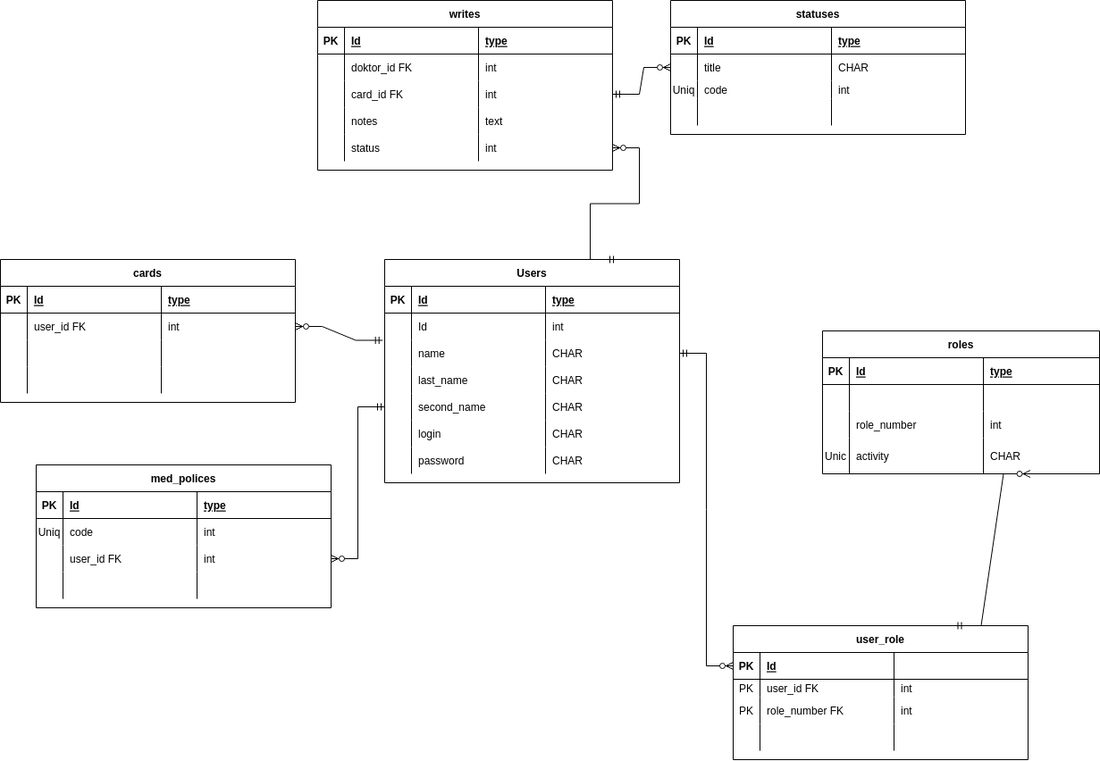
4etkiy/medical_management_system keeps this draw.io diagram as проектирование бд.drawio.png. Above is the earlier version. Source tidied: cells renumbered, new cells last; positions are measured from the earlier drawing's top-left corner, leaving out a move shared by most shapes.
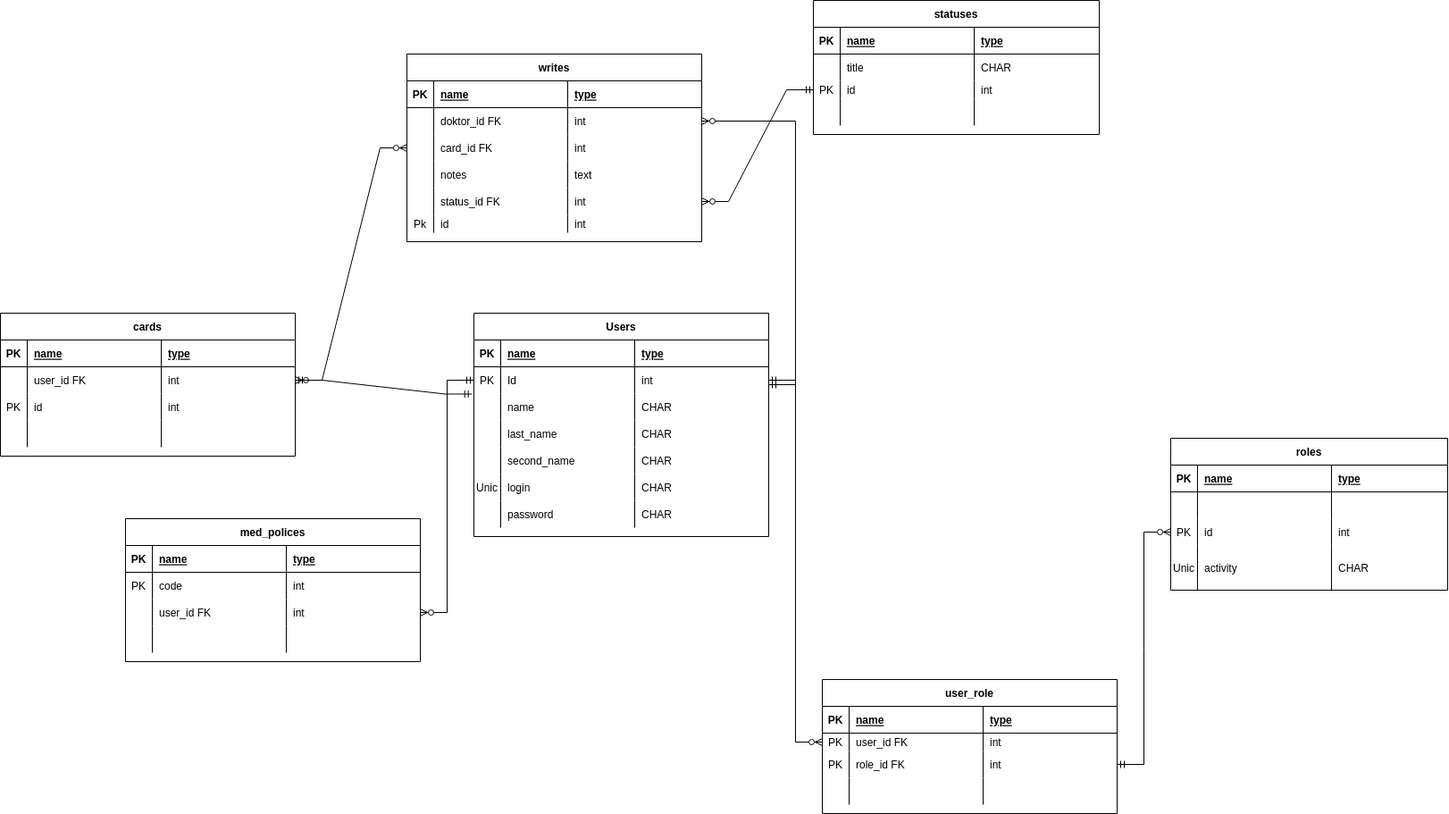
The same file after the commit.

Commit message:
add data base diagramm

Diff of the diagram source:
```diff
@@ -13,3 +13,3 @@
     </mxCell>
-    <mxCell id="5" value="Id" style="shape=partialRectangle;fillColor=none;top=0;left=0;bottom=0;right=0;align=left;spacingLeft=6;fontStyle=5;overflow=hidden;startSize=30;strokeWidth=1;" parent="3" vertex="1">
+    <mxCell id="5" value="name" style="shape=partialRectangle;fillColor=none;top=0;left=0;bottom=0;right=0;align=left;spacingLeft=6;fontStyle=5;overflow=hidden;startSize=30;strokeWidth=1;" parent="3" vertex="1">
       <mxGeometry x="30" width="150" height="30" as="geometry" />
@@ -22,3 +22,3 @@
     </mxCell>
-    <mxCell id="8" style="shape=partialRectangle;fillColor=none;top=0;left=0;bottom=0;right=0;overflow=hidden;startSize=30;strokeWidth=1;" parent="7" vertex="1">
+    <mxCell id="8" value="PK" style="shape=partialRectangle;fillColor=none;top=0;left=0;bottom=0;right=0;overflow=hidden;startSize=30;strokeWidth=1;" parent="7" vertex="1">
       <mxGeometry width="30" height="30" as="geometry" />
@@ -70,3 +70,3 @@
     </mxCell>
-    <mxCell id="24" style="shape=partialRectangle;fillColor=none;top=0;left=0;bottom=0;right=0;overflow=hidden;startSize=30;strokeWidth=1;" parent="23" vertex="1">
+    <mxCell id="24" value="Unic" style="shape=partialRectangle;fillColor=none;top=0;left=0;bottom=0;right=0;overflow=hidden;startSize=30;strokeWidth=1;" parent="23" vertex="1">
       <mxGeometry width="30" height="30" as="geometry" />
@@ -92,3 +92,3 @@
     <mxCell id="31" value="roles" style="shape=table;startSize=30;rowLines=0;fontStyle=1;align=center;strokeWidth=1;" parent="1" vertex="1">
-      <mxGeometry x="920" y="370" width="310" height="160" as="geometry" />
+      <mxGeometry x="1210" y="430" width="310" height="170" as="geometry" />
     </mxCell>
@@ -100,3 +100,3 @@
     </mxCell>
-    <mxCell id="34" value="Id" style="shape=partialRectangle;fillColor=none;top=0;left=0;bottom=0;right=0;align=left;spacingLeft=6;fontStyle=5;overflow=hidden;startSize=30;strokeWidth=1;" parent="32" vertex="1">
+    <mxCell id="34" value="name" style="shape=partialRectangle;fillColor=none;top=0;left=0;bottom=0;right=0;align=left;spacingLeft=6;fontStyle=5;overflow=hidden;startSize=30;strokeWidth=1;" parent="32" vertex="1">
       <mxGeometry x="30" width="150" height="30" as="geometry" />
@@ -121,6 +121,6 @@
     </mxCell>
-    <mxCell id="41" style="shape=partialRectangle;fillColor=none;top=0;left=0;bottom=0;right=0;overflow=hidden;startSize=30;strokeWidth=1;" parent="40" vertex="1">
+    <mxCell id="41" value="PK" style="shape=partialRectangle;fillColor=none;top=0;left=0;bottom=0;right=0;overflow=hidden;startSize=30;strokeWidth=1;" parent="40" vertex="1">
       <mxGeometry width="30" height="30" as="geometry" />
     </mxCell>
-    <mxCell id="42" value="role_number" style="shape=partialRectangle;fillColor=none;top=0;left=0;bottom=0;right=0;align=left;spacingLeft=6;overflow=hidden;startSize=30;strokeWidth=1;" parent="40" vertex="1">
+    <mxCell id="42" value="id" style="shape=partialRectangle;fillColor=none;top=0;left=0;bottom=0;right=0;align=left;spacingLeft=6;overflow=hidden;startSize=30;strokeWidth=1;" parent="40" vertex="1">
       <mxGeometry x="30" width="150" height="30" as="geometry" />
@@ -131,15 +131,15 @@
     <mxCell id="44" style="shape=tableRow;horizontal=0;startSize=0;swimlaneHead=0;swimlaneBody=0;fillColor=none;top=0;left=0;right=0;bottom=0;strokeWidth=1;" parent="31" vertex="1">
-      <mxGeometry y="120" width="310" height="40" as="geometry" />
+      <mxGeometry y="120" width="310" height="50" as="geometry" />
     </mxCell>
     <mxCell id="45" value="Unic" style="shape=partialRectangle;fillColor=none;top=0;left=0;bottom=0;right=0;overflow=hidden;startSize=30;strokeWidth=1;" parent="44" vertex="1">
-      <mxGeometry width="30" height="40" as="geometry" />
+      <mxGeometry width="30" height="50" as="geometry" />
     </mxCell>
     <mxCell id="46" value="activity" style="shape=partialRectangle;fillColor=none;top=0;left=0;bottom=0;right=0;align=left;spacingLeft=6;overflow=hidden;startSize=30;strokeWidth=1;" parent="44" vertex="1">
-      <mxGeometry x="30" width="150" height="40" as="geometry" />
+      <mxGeometry x="30" width="150" height="50" as="geometry" />
     </mxCell>
     <mxCell id="47" value="CHAR" style="shape=partialRectangle;fillColor=none;top=0;left=0;bottom=0;right=0;align=left;spacingLeft=6;overflow=hidden;startSize=30;strokeWidth=1;" parent="44" vertex="1">
-      <mxGeometry x="180" width="130" height="40" as="geometry" />
+      <mxGeometry x="180" width="130" height="50" as="geometry" />
     </mxCell>
     <mxCell id="48" value="cards" style="shape=table;startSize=30;rowLines=0;fontStyle=1;align=center;strokeWidth=1;" parent="1" vertex="1">
-      <mxGeometry y="290" width="330" height="160" as="geometry" />
+      <mxGeometry x="-100" y="290" width="330" height="160" as="geometry" />
     </mxCell>
@@ -151,3 +151,3 @@
     </mxCell>
-    <mxCell id="51" value="Id" style="shape=partialRectangle;fillColor=none;top=0;left=0;bottom=0;right=0;align=left;spacingLeft=6;fontStyle=5;overflow=hidden;startSize=30;strokeWidth=1;" parent="49" vertex="1">
+    <mxCell id="51" value="name" style="shape=partialRectangle;fillColor=none;top=0;left=0;bottom=0;right=0;align=left;spacingLeft=6;fontStyle=5;overflow=hidden;startSize=30;strokeWidth=1;" parent="49" vertex="1">
       <mxGeometry x="30" width="150" height="30" as="geometry" />
@@ -172,9 +172,9 @@
     </mxCell>
-    <mxCell id="58" style="shape=partialRectangle;fillColor=none;top=0;left=0;bottom=0;right=0;overflow=hidden;startSize=30;strokeWidth=1;" parent="57" vertex="1">
+    <mxCell id="58" value="PK" style="shape=partialRectangle;fillColor=none;top=0;left=0;bottom=0;right=0;overflow=hidden;startSize=30;strokeWidth=1;" parent="57" vertex="1">
       <mxGeometry width="30" height="30" as="geometry" />
     </mxCell>
-    <mxCell id="59" style="shape=partialRectangle;fillColor=none;top=0;left=0;bottom=0;right=0;align=left;spacingLeft=6;overflow=hidden;startSize=30;strokeWidth=1;" parent="57" vertex="1">
+    <mxCell id="59" value="id" style="shape=partialRectangle;fillColor=none;top=0;left=0;bottom=0;right=0;align=left;spacingLeft=6;overflow=hidden;startSize=30;strokeWidth=1;" parent="57" vertex="1">
       <mxGeometry x="30" width="150" height="30" as="geometry" />
     </mxCell>
-    <mxCell id="60" style="shape=partialRectangle;fillColor=none;top=0;left=0;bottom=0;right=0;align=left;spacingLeft=6;overflow=hidden;startSize=30;strokeWidth=1;" parent="57" vertex="1">
+    <mxCell id="60" value="int" style="shape=partialRectangle;fillColor=none;top=0;left=0;bottom=0;right=0;align=left;spacingLeft=6;overflow=hidden;startSize=30;strokeWidth=1;" parent="57" vertex="1">
       <mxGeometry x="180" width="150" height="30" as="geometry" />
@@ -202,6 +202,6 @@
     </mxCell>
-    <mxCell id="68" value="Id" style="shape=partialRectangle;fillColor=none;top=0;left=0;bottom=0;right=0;align=left;spacingLeft=6;fontStyle=5;overflow=hidden;" parent="66" vertex="1">
+    <mxCell id="68" value="name" style="shape=partialRectangle;fillColor=none;top=0;left=0;bottom=0;right=0;align=left;spacingLeft=6;fontStyle=5;overflow=hidden;" parent="66" vertex="1">
       <mxGeometry x="30" width="150" height="30" as="geometry" />
     </mxCell>
-    <mxCell id="69" style="shape=partialRectangle;fillColor=none;top=0;left=0;bottom=0;right=0;align=left;spacingLeft=6;fontStyle=5;overflow=hidden;" parent="66" vertex="1">
+    <mxCell id="69" value="type" style="shape=partialRectangle;fillColor=none;top=0;left=0;bottom=0;right=0;align=left;spacingLeft=6;fontStyle=5;overflow=hidden;" parent="66" vertex="1">
       <mxGeometry x="180" width="150" height="30" as="geometry" />
@@ -226,3 +226,3 @@
     </mxCell>
-    <mxCell id="76" value="role_number FK" style="shape=partialRectangle;fillColor=none;top=0;left=0;bottom=0;right=0;align=left;spacingLeft=6;overflow=hidden;" parent="74" vertex="1">
+    <mxCell id="76" value="role_id FK" style="shape=partialRectangle;fillColor=none;top=0;left=0;bottom=0;right=0;align=left;spacingLeft=6;overflow=hidden;" parent="74" vertex="1">
       <mxGeometry x="30" width="150" height="30" as="geometry" />
@@ -253,3 +253,3 @@
     </mxCell>
-    <mxCell id="85" value="Id" style="shape=partialRectangle;fillColor=none;top=0;left=0;bottom=0;right=0;align=left;spacingLeft=6;fontStyle=5;overflow=hidden;" parent="83" vertex="1">
+    <mxCell id="85" value="name" style="shape=partialRectangle;fillColor=none;top=0;left=0;bottom=0;right=0;align=left;spacingLeft=6;fontStyle=5;overflow=hidden;" parent="83" vertex="1">
       <mxGeometry x="30" width="150" height="30" as="geometry" />
@@ -262,3 +262,3 @@
     </mxCell>
-    <mxCell id="88" value="Uniq" style="shape=partialRectangle;fillColor=none;top=0;left=0;bottom=0;right=0;overflow=hidden;" parent="87" vertex="1">
+    <mxCell id="88" value="PK" style="shape=partialRectangle;fillColor=none;top=0;left=0;bottom=0;right=0;overflow=hidden;" parent="87" vertex="1">
       <mxGeometry width="30" height="30" as="geometry" />
@@ -296,3 +296,3 @@
     <mxCell id="99" value="writes" style="shape=table;startSize=30;rowLines=0;fontStyle=1;align=center;" parent="1" vertex="1">
-      <mxGeometry x="355" width="330" height="190" as="geometry" />
+      <mxGeometry x="355" width="330" height="210" as="geometry" />
     </mxCell>
@@ -304,3 +304,3 @@
     </mxCell>
-    <mxCell id="102" value="Id" style="shape=partialRectangle;fillColor=none;top=0;left=0;bottom=0;right=0;align=left;spacingLeft=6;fontStyle=5;overflow=hidden;" parent="100" vertex="1">
+    <mxCell id="102" value="name" style="shape=partialRectangle;fillColor=none;top=0;left=0;bottom=0;right=0;align=left;spacingLeft=6;fontStyle=5;overflow=hidden;" parent="100" vertex="1">
       <mxGeometry x="30" width="150" height="30" as="geometry" />
@@ -352,3 +352,3 @@
     </mxCell>
-    <mxCell id="118" value="status" style="shape=partialRectangle;fillColor=none;top=0;left=0;bottom=0;right=0;align=left;spacingLeft=6;overflow=hidden;" parent="116" vertex="1">
+    <mxCell id="118" value="status_id FK" style="shape=partialRectangle;fillColor=none;top=0;left=0;bottom=0;right=0;align=left;spacingLeft=6;overflow=hidden;" parent="116" vertex="1">
       <mxGeometry x="30" width="150" height="30" as="geometry" />
@@ -358,7 +358,19 @@
     </mxCell>
+    <mxCell id="143" style="shape=tableRow;horizontal=0;startSize=0;swimlaneHead=0;swimlaneBody=0;fillColor=none;top=0;left=0;right=0;bottom=0;" parent="99" vertex="1">
+      <mxGeometry y="180" width="330" height="20" as="geometry" />
+    </mxCell>
+    <mxCell id="144" value="Pk" style="shape=partialRectangle;fillColor=none;top=0;left=0;bottom=0;right=0;overflow=hidden;" parent="143" vertex="1">
+      <mxGeometry width="30" height="20" as="geometry" />
+    </mxCell>
+    <mxCell id="145" value="id" style="shape=partialRectangle;fillColor=none;top=0;left=0;bottom=0;right=0;align=left;spacingLeft=6;overflow=hidden;" parent="143" vertex="1">
+      <mxGeometry x="30" width="150" height="20" as="geometry" />
+    </mxCell>
+    <mxCell id="146" value="int" style="shape=partialRectangle;fillColor=none;top=0;left=0;bottom=0;right=0;align=left;spacingLeft=6;overflow=hidden;" parent="143" vertex="1">
+      <mxGeometry x="180" width="150" height="20" as="geometry" />
+    </mxCell>
     <mxCell id="120" value="statuses" style="shape=table;startSize=30;rowLines=0;fontStyle=1;align=center;" parent="1" vertex="1">
-      <mxGeometry x="750" width="330" height="150" as="geometry" />
+      <mxGeometry x="810" y="-60" width="320" height="150" as="geometry" />
     </mxCell>
     <mxCell id="121" style="shape=tableRow;horizontal=0;startSize=0;swimlaneHead=0;swimlaneBody=0;fillColor=none;top=0;left=0;right=0;bottom=1;" parent="120" vertex="1">
-      <mxGeometry y="30" width="330" height="30" as="geometry" />
+      <mxGeometry y="30" width="320" height="30" as="geometry" />
     </mxCell>
@@ -367,3 +379,3 @@
     </mxCell>
-    <mxCell id="123" value="Id" style="shape=partialRectangle;fillColor=none;top=0;left=0;bottom=0;right=0;align=left;spacingLeft=6;fontStyle=5;overflow=hidden;" parent="121" vertex="1">
+    <mxCell id="123" value="name" style="shape=partialRectangle;fillColor=none;top=0;left=0;bottom=0;right=0;align=left;spacingLeft=6;fontStyle=5;overflow=hidden;" parent="121" vertex="1">
       <mxGeometry x="30" width="150" height="30" as="geometry" />
@@ -371,6 +383,6 @@
     <mxCell id="124" value="type" style="shape=partialRectangle;fillColor=none;top=0;left=0;bottom=0;right=0;align=left;spacingLeft=6;fontStyle=5;overflow=hidden;" parent="121" vertex="1">
-      <mxGeometry x="180" width="150" height="30" as="geometry" />
+      <mxGeometry x="180" width="140" height="30" as="geometry" />
     </mxCell>
     <mxCell id="125" style="shape=tableRow;horizontal=0;startSize=0;swimlaneHead=0;swimlaneBody=0;fillColor=none;points=[[0,0.5],[1,0.5]];portConstraint=eastwest;top=0;left=0;right=0;bottom=0;" parent="120" vertex="1">
-      <mxGeometry y="60" width="330" height="30" as="geometry" />
+      <mxGeometry y="60" width="320" height="30" as="geometry" />
     </mxCell>
@@ -383,11 +395,11 @@
     <mxCell id="128" value="CHAR" style="shape=partialRectangle;fillColor=none;top=0;left=0;bottom=0;right=0;align=left;spacingLeft=6;overflow=hidden;" parent="125" vertex="1">
-      <mxGeometry x="180" width="150" height="30" as="geometry" />
+      <mxGeometry x="180" width="140" height="30" as="geometry" />
     </mxCell>
     <mxCell id="129" style="shape=tableRow;horizontal=0;startSize=0;swimlaneHead=0;swimlaneBody=0;fillColor=none;points=[[0,0.5],[1,0.5]];portConstraint=eastwest;top=0;left=0;right=0;bottom=0;" parent="120" vertex="1">
-      <mxGeometry y="90" width="330" height="20" as="geometry" />
+      <mxGeometry y="90" width="320" height="20" as="geometry" />
     </mxCell>
-    <mxCell id="130" value="Uniq" style="shape=partialRectangle;fillColor=none;top=0;left=0;bottom=0;right=0;overflow=hidden;" parent="129" vertex="1">
+    <mxCell id="130" value="PK" style="shape=partialRectangle;fillColor=none;top=0;left=0;bottom=0;right=0;overflow=hidden;" parent="129" vertex="1">
       <mxGeometry width="30" height="20" as="geometry" />
     </mxCell>
-    <mxCell id="131" value="code" style="shape=partialRectangle;fillColor=none;top=0;left=0;bottom=0;right=0;align=left;spacingLeft=6;overflow=hidden;" parent="129" vertex="1">
+    <mxCell id="131" value="id" style="shape=partialRectangle;fillColor=none;top=0;left=0;bottom=0;right=0;align=left;spacingLeft=6;overflow=hidden;" parent="129" vertex="1">
       <mxGeometry x="30" width="150" height="20" as="geometry" />
@@ -395,6 +407,6 @@
     <mxCell id="132" value="int" style="shape=partialRectangle;fillColor=none;top=0;left=0;bottom=0;right=0;align=left;spacingLeft=6;overflow=hidden;" parent="129" vertex="1">
-      <mxGeometry x="180" width="150" height="20" as="geometry" />
+      <mxGeometry x="180" width="140" height="20" as="geometry" />
     </mxCell>
     <mxCell id="133" style="shape=tableRow;horizontal=0;startSize=0;swimlaneHead=0;swimlaneBody=0;fillColor=none;top=0;left=0;right=0;bottom=0;" parent="120" vertex="1">
-      <mxGeometry y="110" width="330" height="30" as="geometry" />
+      <mxGeometry y="110" width="320" height="30" as="geometry" />
     </mxCell>
@@ -407,8 +419,10 @@
     <mxCell id="136" style="shape=partialRectangle;fillColor=none;top=0;left=0;bottom=0;right=0;align=left;spacingLeft=6;overflow=hidden;" parent="133" vertex="1">
-      <mxGeometry x="180" width="150" height="30" as="geometry" />
+      <mxGeometry x="180" width="140" height="30" as="geometry" />
     </mxCell>
-    <mxCell id="137" style="edgeStyle=entityRelationEdgeStyle;fontSize=12;html=1;endArrow=ERzeroToMany;startArrow=ERmandOne;rounded=0;exitX=0.788;exitY=0;exitDx=0;exitDy=0;exitPerimeter=0;" parent="1" edge="1" source="2" target="116">
-      <mxGeometry relative="1" as="geometry" />
+    <mxCell id="137" style="edgeStyle=entityRelationEdgeStyle;fontSize=12;html=1;endArrow=ERzeroToMany;startArrow=ERmandOne;rounded=0;entryX=1;entryY=0.5;entryDx=0;entryDy=0;" parent="1" edge="1" target="104">
+      <mxGeometry relative="1" as="geometry">
+        <mxPoint x="760" y="370" as="sourcePoint" />
+      </mxGeometry>
     </mxCell>
-    <mxCell id="138" style="edgeStyle=entityRelationEdgeStyle;fontSize=12;html=1;endArrow=ERzeroToMany;startArrow=ERmandOne;rounded=0;entryX=0;entryY=0.5;entryDx=0;entryDy=0;exitX=1;exitY=0.5;exitDx=0;exitDy=0;" parent="1" edge="1" source="11" target="66">
+    <mxCell id="138" style="edgeStyle=entityRelationEdgeStyle;fontSize=12;html=1;endArrow=ERzeroToMany;startArrow=ERmandOne;rounded=0;entryX=0;entryY=0.5;entryDx=0;entryDy=0;exitX=1;exitY=0.5;exitDx=0;exitDy=0;" parent="1" edge="1" source="7" target="70">
       <mxGeometry relative="1" as="geometry" />
@@ -418,9 +432,12 @@
     </mxCell>
-    <mxCell id="140" style="edgeStyle=entityRelationEdgeStyle;fontSize=12;html=1;endArrow=ERzeroToMany;startArrow=ERmandOne;rounded=0;exitX=0;exitY=0.5;exitDx=0;exitDy=0;entryX=1;entryY=0.5;entryDx=0;entryDy=0;" parent="1" edge="1" source="19" target="91">
+    <mxCell id="140" style="edgeStyle=entityRelationEdgeStyle;fontSize=12;html=1;endArrow=ERzeroToMany;startArrow=ERmandOne;rounded=0;exitX=0;exitY=0.5;exitDx=0;exitDy=0;entryX=1;entryY=0.5;entryDx=0;entryDy=0;" parent="1" edge="1" source="7" target="91">
       <mxGeometry relative="1" as="geometry" />
     </mxCell>
-    <mxCell id="141" style="edgeStyle=entityRelationEdgeStyle;fontSize=12;html=1;endArrow=ERzeroToMany;startArrow=ERmandOne;rounded=0;exitX=0.75;exitY=0;exitDx=0;exitDy=0;entryX=0.75;entryY=1;entryDx=0;entryDy=0;" parent="1" edge="1" source="65" target="31">
+    <mxCell id="141" style="edgeStyle=entityRelationEdgeStyle;fontSize=12;html=1;endArrow=ERzeroToMany;startArrow=ERmandOne;rounded=0;exitX=1;exitY=0.5;exitDx=0;exitDy=0;entryX=0;entryY=0.5;entryDx=0;entryDy=0;" parent="1" edge="1" source="74" target="40">
       <mxGeometry relative="1" as="geometry" />
     </mxCell>
+    <mxCell id="147" style="edgeStyle=entityRelationEdgeStyle;fontSize=12;html=1;endArrow=ERzeroToMany;startArrow=ERmandOne;rounded=0;exitX=1;exitY=0.5;exitDx=0;exitDy=0;entryX=0;entryY=0.5;entryDx=0;entryDy=0;" parent="1" edge="1" source="53" target="108">
+      <mxGeometry relative="1" as="geometry" />
+    </mxCell>
-    <mxCell id="142" style="edgeStyle=entityRelationEdgeStyle;fontSize=12;html=1;endArrow=ERzeroToMany;startArrow=ERmandOne;rounded=0;exitX=1;exitY=0.5;exitDx=0;exitDy=0;" parent="1" edge="1" source="108" target="125">
+    <mxCell id="142" style="edgeStyle=entityRelationEdgeStyle;fontSize=12;html=1;endArrow=ERzeroToMany;startArrow=ERmandOne;rounded=0;exitX=0;exitY=0.5;exitDx=0;exitDy=0;entryX=1;entryY=0.5;entryDx=0;entryDy=0;" parent="1" edge="1" source="129" target="116">
       <mxGeometry relative="1" as="geometry" />
```
